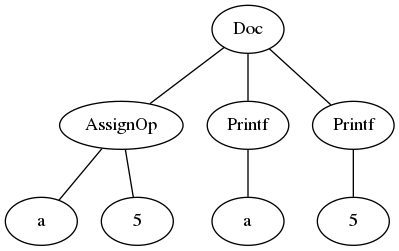
Earlier version of the Graphviz export test_IO/result.png (manomarichal/project-compilers). Its source is kept beside it as test_IO/result.dot.
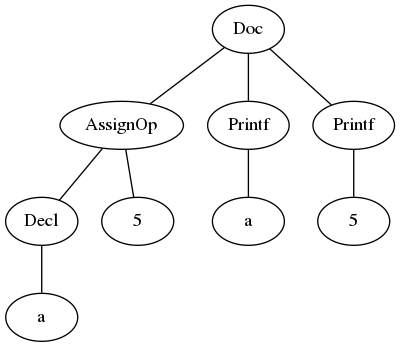
After the change.

Diff of the diagram source:
```diff
@@ -1,17 +1,19 @@
 graph G {
 1 [label=Doc];
 2 [label=AssignOp];
-3 [label=a];
+3 [label=Decl];
+4 [label=a];
+3 -- 4;
 2 -- 3;
-4 [label=5];
-2 -- 4;
+5 [label=5];
+2 -- 5;
 1 -- 2;
-5 [label=Printf];
-6 [label=a];
-5 -- 6;
-1 -- 5;
-7 [label=Printf];
-8 [label=5];
-7 -- 8;
-1 -- 7;
+6 [label=Printf];
+7 [label=a];
+6 -- 7;
+1 -- 6;
+8 [label=Printf];
+9 [label=5];
+8 -- 9;
+1 -- 8;
 }
```
